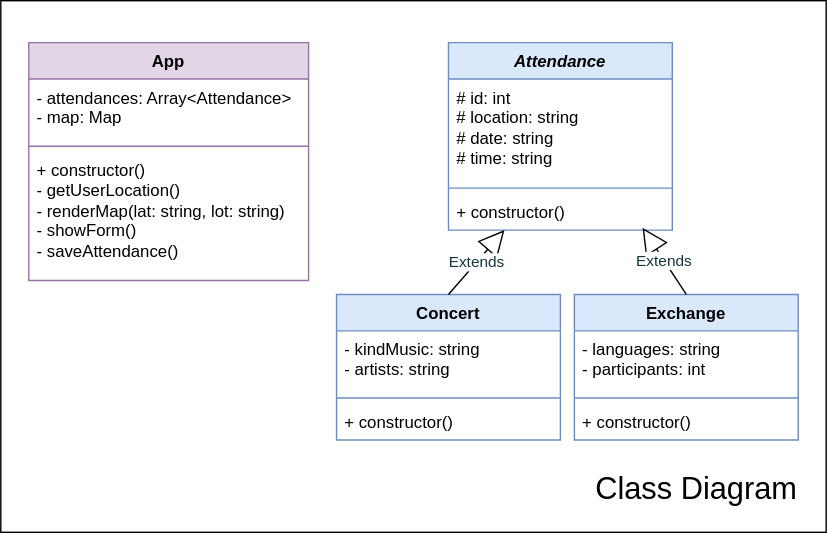
Above: class-diagram.drawio.svg in josenavarrohub/vanilla-js-eventify (draw.io), before the change. Source tidied: cells renumbered, new cells last; positions are measured from the earlier drawing's top-left corner, leaving out a move shared by most shapes.
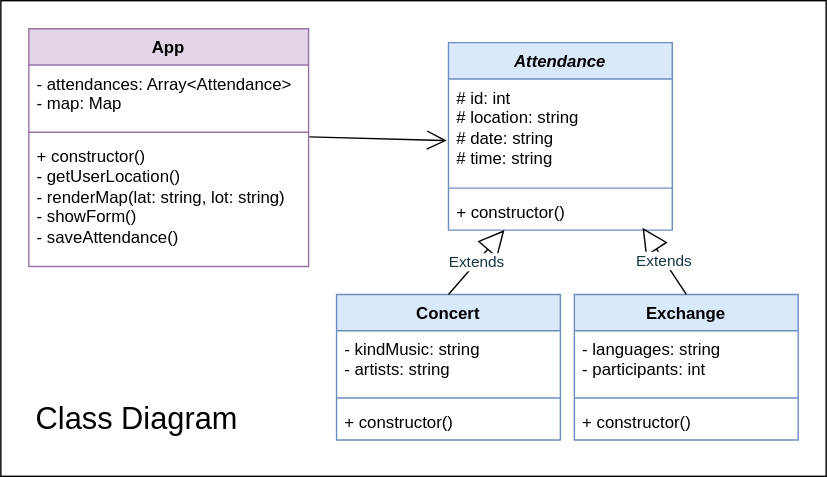
The same diagram one commit later.

What changed in the source:
```diff
@@ -3,10 +3,10 @@
     <mxCell id="0" />
     <mxCell id="1" parent="0" />
     <mxCell id="2" style="rounded=0;whiteSpace=wrap;html=1;fontSize=16;strokeColor=default;" parent="1" vertex="1">
-      <mxGeometry width="590" height="380" as="geometry" />
+      <mxGeometry width="590" height="340" as="geometry" />
     </mxCell>
     <mxCell id="3" value="Class Diagram" style="text;html=1;strokeColor=none;fillColor=none;align=center;verticalAlign=middle;whiteSpace=wrap;rounded=0;fontSize=22;" parent="1" vertex="1">
-      <mxGeometry x="410" y="330" width="175" height="40" as="geometry" />
+      <mxGeometry x="10" y="280" width="175" height="40" as="geometry" />
     </mxCell>
     <mxCell id="4" value="&lt;i&gt;Attendance&lt;/i&gt;" style="swimlane;fontStyle=1;align=center;verticalAlign=top;horizontal=1;startSize=26;whiteSpace=wrap;html=1;swimlaneLine=1;fillColor=#dae8fc;strokeColor=#6c8ebf;" parent="1" vertex="1">
       <mxGeometry x="320" y="30" width="160" height="134" as="geometry" />
@@ -51,7 +51,7 @@
       <mxGeometry relative="1" as="geometry" />
     </mxCell>
     <mxCell id="18" value="App" style="swimlane;fontStyle=1;align=center;verticalAlign=top;horizontal=1;startSize=26;whiteSpace=wrap;html=1;swimlaneLine=1;fillColor=#e1d5e7;strokeColor=#9673a6;" parent="1" vertex="1">
-      <mxGeometry x="20" y="30" width="200" height="170" as="geometry" />
+      <mxGeometry x="20" y="20" width="200" height="170" as="geometry" />
     </mxCell>
     <mxCell id="19" value="- attendances: Array&amp;lt;Attendance&amp;gt;&lt;br&gt;- map: Map" style="text;strokeColor=none;fillColor=none;align=left;verticalAlign=top;spacingLeft=4;spacingRight=4;overflow=hidden;whiteSpace=wrap;html=1;" parent="18" vertex="1">
       <mxGeometry y="26" width="200" height="44" as="geometry" />
@@ -62,5 +62,8 @@
     <mxCell id="21" value="+ constructor()&lt;br&gt;- getUserLocation()&lt;br&gt;- renderMap(lat: string, lot: string)&lt;br&gt;- showForm()&lt;br&gt;- saveAttendance()" style="text;strokeColor=none;fillColor=none;align=left;verticalAlign=top;spacingLeft=4;spacingRight=4;overflow=hidden;points=[[0,0.5],[1,0.5]];portConstraint=eastwest;whiteSpace=wrap;html=1;" parent="18" vertex="1">
       <mxGeometry y="78" width="200" height="92" as="geometry" />
     </mxCell>
+    <mxCell id="22" style="endArrow=open;endFill=1;endSize=12;html=1;rounded=0;exitX=1.003;exitY=-0.007;exitDx=0;exitDy=0;exitPerimeter=0;entryX=-0.008;entryY=0.595;entryDx=0;entryDy=0;entryPerimeter=0;" parent="1" edge="1" source="21" target="5">
+      <mxGeometry relative="1" as="geometry" />
+    </mxCell>
   </root>
 </mxGraphModel>
```
